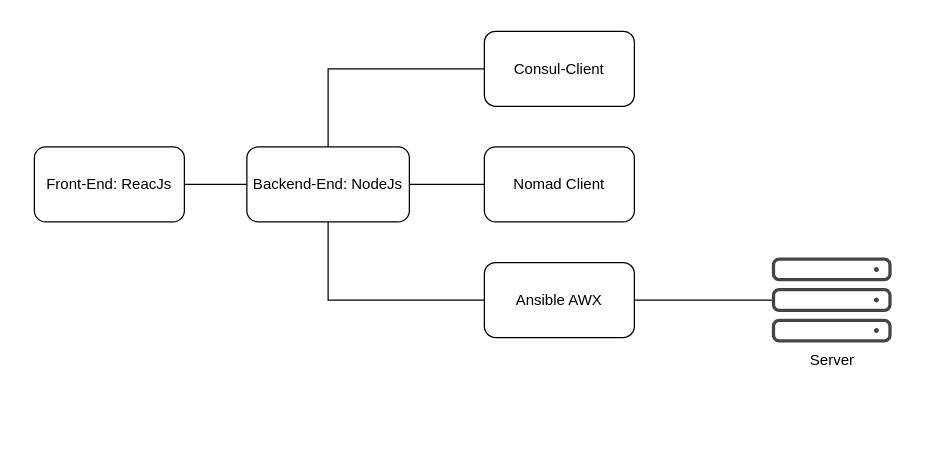
This is Untitled Diagram.drawio from khinhvuphiduong/diagrams.net, a draw.io file, before an edit. Source tidied: cells renumbered, new cells numbered last; positions are measured from the earlier drawing's top-left corner, leaving out a move shared by most shapes. Both pictures are drawn from the tidied source at 125%, with x=0, y=0 at pixel (34, 31).
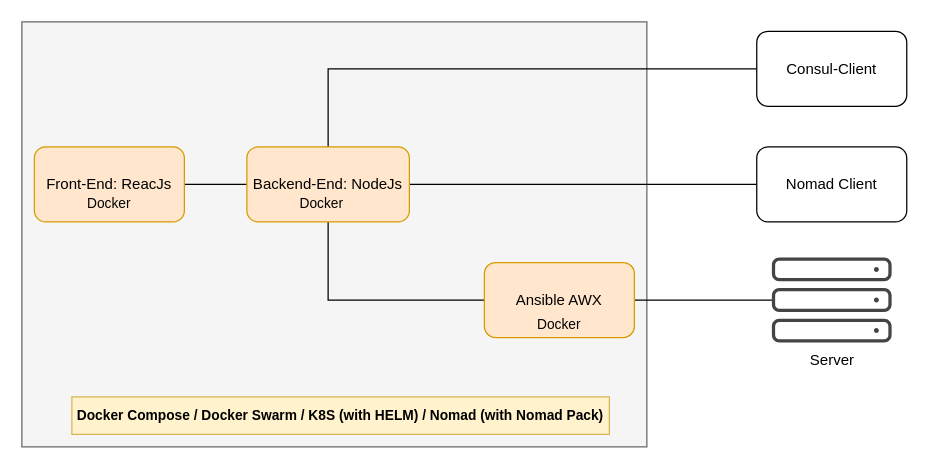
The same diagram, later.

Commit message (it also covers changes not shown here):
Retail-OPS-Portal

Diff of the diagram source:
```diff
@@
 <mxGraphModel>
   <root>
     <mxCell id="0" />
     <mxCell id="1" parent="0" />
+    <mxCell id="13" style="rounded=0;whiteSpace=wrap;html=1;fontFamily=Helvetica;fontSize=11;fillColor=#f5f5f5;fontColor=#333333;strokeColor=#666666;" parent="1" vertex="1">
+      <mxGeometry x="-10" y="-8" width="500" height="340" as="geometry" />
+    </mxCell>
     <mxCell id="2" style="edgeStyle=orthogonalEdgeStyle;shape=connector;rounded=0;jettySize=auto;html=1;entryX=0;entryY=0.5;entryDx=0;entryDy=0;labelBackgroundColor=default;strokeColor=default;fontFamily=Helvetica;fontSize=11;fontColor=default;endArrow=none;endFill=0;" parent="1" edge="1" source="3" target="7">
       <mxGeometry relative="1" as="geometry" />
     </mxCell>
-    <mxCell id="3" value="Front-End: ReacJs" style="rounded=1;whiteSpace=wrap;html=1;" parent="1" vertex="1">
+    <mxCell id="3" value="Front-End: ReacJs" style="rounded=1;whiteSpace=wrap;html=1;fillColor=#ffe6cc;strokeColor=#d79b00;" parent="1" vertex="1">
       <mxGeometry y="92" width="120" height="60" as="geometry" />
     </mxCell>
     <mxCell id="4" style="edgeStyle=orthogonalEdgeStyle;shape=connector;rounded=0;jettySize=auto;html=1;entryX=0;entryY=0.5;entryDx=0;entryDy=0;labelBackgroundColor=default;strokeColor=default;fontFamily=Helvetica;fontSize=11;fontColor=default;endArrow=none;endFill=0;exitX=0.5;exitY=0;exitDx=0;exitDy=0;" parent="1" edge="1" source="7" target="8">
       <mxGeometry relative="1" as="geometry" />
     </mxCell>
     <mxCell id="5" style="edgeStyle=orthogonalEdgeStyle;shape=connector;rounded=0;jettySize=auto;html=1;exitX=0.5;exitY=1;exitDx=0;exitDy=0;entryX=0;entryY=0.5;entryDx=0;entryDy=0;labelBackgroundColor=default;strokeColor=default;fontFamily=Helvetica;fontSize=11;fontColor=default;endArrow=none;endFill=0;" parent="1" edge="1" source="7" target="11">
       <mxGeometry relative="1" as="geometry" />
     </mxCell>
     <mxCell id="6" style="edgeStyle=orthogonalEdgeStyle;shape=connector;rounded=0;jettySize=auto;html=1;exitX=1;exitY=0.5;exitDx=0;exitDy=0;labelBackgroundColor=default;strokeColor=default;fontFamily=Helvetica;fontSize=11;fontColor=default;endArrow=none;endFill=0;entryX=0;entryY=0.5;entryDx=0;entryDy=0;" parent="1" edge="1" source="7" target="9">
       <mxGeometry relative="1" as="geometry" />
     </mxCell>
-    <mxCell id="7" value="Backend-End: NodeJs" style="rounded=1;whiteSpace=wrap;html=1;" parent="1" vertex="1">
+    <mxCell id="7" value="Backend-End: NodeJs" style="rounded=1;whiteSpace=wrap;html=1;fillColor=#ffe6cc;strokeColor=#d79b00;" parent="1" vertex="1">
       <mxGeometry x="170" y="92" width="130" height="60" as="geometry" />
     </mxCell>
     <mxCell id="8" value="Consul-Client" style="rounded=1;whiteSpace=wrap;html=1;" parent="1" vertex="1">
-      <mxGeometry x="360" y="-0.5" width="120" height="60" as="geometry" />
+      <mxGeometry x="577.9" y="-0.5" width="120" height="60" as="geometry" />
     </mxCell>
     <mxCell id="9" value="Nomad Client" style="rounded=1;whiteSpace=wrap;html=1;" parent="1" vertex="1">
-      <mxGeometry x="360" y="92" width="120" height="60" as="geometry" />
+      <mxGeometry x="577.9" y="92" width="120" height="60" as="geometry" />
     </mxCell>
     <mxCell id="10" style="edgeStyle=orthogonalEdgeStyle;rounded=0;jettySize=auto;html=1;endArrow=none;endFill=0;" parent="1" edge="1" source="11" target="12">
       <mxGeometry relative="1" as="geometry" />
     </mxCell>
-    <mxCell id="11" value="Ansible AWX" style="rounded=1;whiteSpace=wrap;html=1;" parent="1" vertex="1">
+    <mxCell id="11" value="Ansible AWX" style="rounded=1;whiteSpace=wrap;html=1;fillColor=#ffe6cc;strokeColor=#d79b00;" parent="1" vertex="1">
       <mxGeometry x="360" y="184.5" width="120" height="60" as="geometry" />
     </mxCell>
     <mxCell id="12" value="Server" style="sketch=0;shadow=0;dashed=0;html=1;strokeColor=none;fillColor=#434445;labelPosition=center;verticalLabelPosition=bottom;verticalAlign=top;align=center;outlineConnect=0;shape=mxgraph.vvd.physical_storage;" parent="1" vertex="1">
       <mxGeometry x="590" y="180.5" width="95.8" height="68" as="geometry" />
     </mxCell>
+    <mxCell id="14" value="Docker" style="text;html=1;strokeColor=none;fillColor=none;align=center;verticalAlign=middle;whiteSpace=wrap;rounded=0;fontSize=11;fontFamily=Helvetica;fontColor=default;" parent="1" vertex="1">
+      <mxGeometry x="390" y="218.5" width="60" height="30" as="geometry" />
+    </mxCell>
+    <mxCell id="15" value="Docker" style="text;html=1;strokeColor=none;fillColor=none;align=center;verticalAlign=middle;whiteSpace=wrap;rounded=0;fontSize=11;fontFamily=Helvetica;fontColor=default;" parent="1" vertex="1">
+      <mxGeometry x="200" y="122" width="60" height="30" as="geometry" />
+    </mxCell>
+    <mxCell id="16" value="Docker" style="text;html=1;strokeColor=none;fillColor=none;align=center;verticalAlign=middle;whiteSpace=wrap;rounded=0;fontSize=11;fontFamily=Helvetica;fontColor=default;" parent="1" vertex="1">
+      <mxGeometry x="30" y="122" width="60" height="30" as="geometry" />
+    </mxCell>
+    <mxCell id="17" value="Docker Compose / Docker Swarm / K8S (with HELM) / Nomad (with Nomad Pack)" style="text;html=1;strokeColor=#d6b656;fillColor=#fff2cc;align=center;verticalAlign=middle;whiteSpace=wrap;rounded=0;fontSize=11;fontFamily=Helvetica;fontStyle=1;" parent="1" vertex="1">
+      <mxGeometry x="30" y="292" width="430" height="30" as="geometry" />
+    </mxCell>
   </root>
 </mxGraphModel>
```
